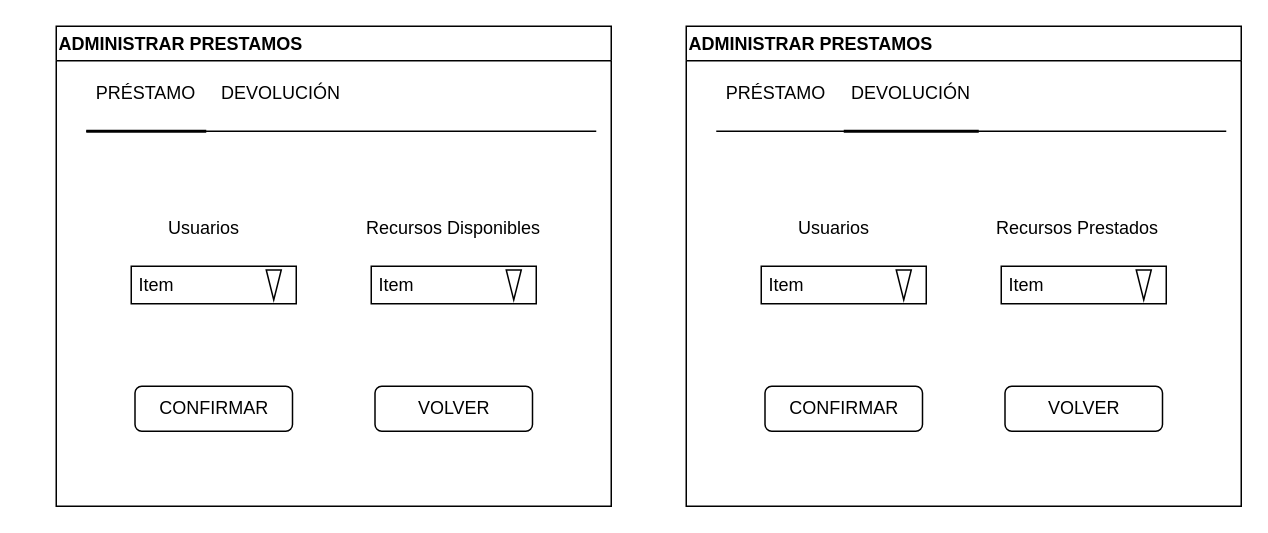
Above: page "Página-4" (4 of 4) of Interface Diagram.drawio in puyojulian/MiniProyecto3FPOE (draw.io), before the change. Source tidied: cells renumbered, new cells numbered last; positions are measured from the earlier drawing's top-left corner, leaving out a move shared by most shapes. Both pictures are drawn from the tidied source at 150%, with x=0, y=0 at pixel (26, 26).
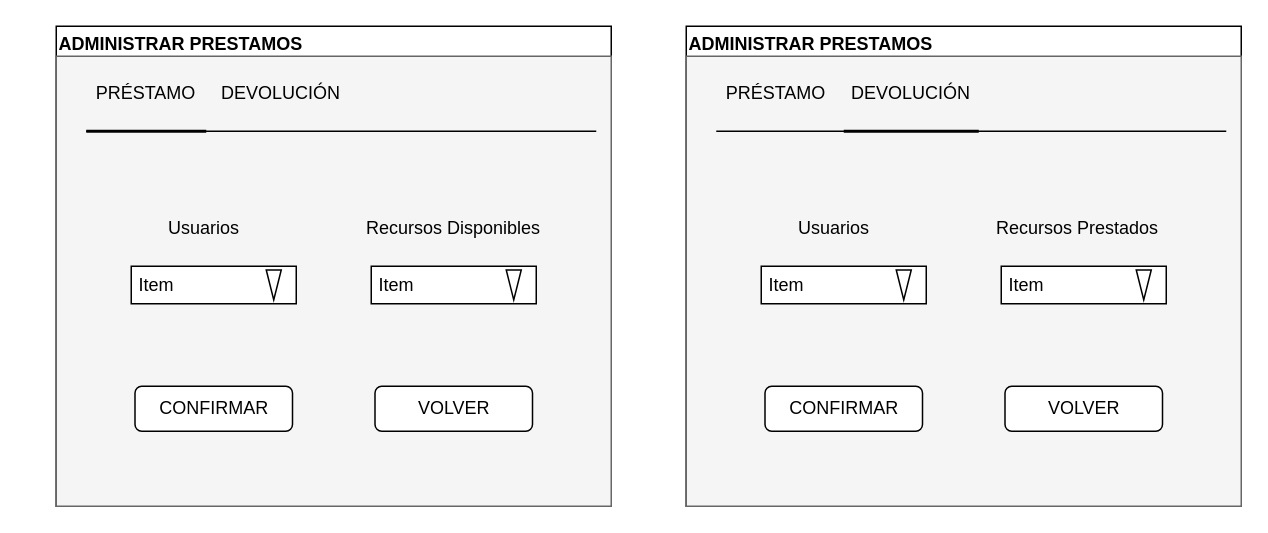
The same page after the edit.

Commit message:
Actualización Administrar Prestamos

The change refers to these unchanged cells:
```xml
<mxCell id="2" value="ADMINISTRAR PRESTAMOS" style="swimlane;whiteSpace=wrap;html=1;align=left;" parent="1" vertex="1">
  <mxGeometry x="440" width="370" height="320" as="geometry" />
</mxCell>
<mxCell id="15" value="ADMINISTRAR PRESTAMOS" style="swimlane;whiteSpace=wrap;html=1;align=left;" parent="1" vertex="1">
  <mxGeometry x="20" width="370" height="320" as="geometry" />
</mxCell>
```

Change to the diagram source:
```diff
@@
+    <mxCell id="28" style="rounded=0;whiteSpace=wrap;html=1;fillColor=#f5f5f5;fontColor=#333333;strokeColor=#666666;" parent="2" vertex="1">
+      <mxGeometry y="20" width="370" height="300" as="geometry" />
+    </mxCell>
@@
+    <mxCell id="29" style="rounded=0;whiteSpace=wrap;html=1;fillColor=#f5f5f5;fontColor=#333333;strokeColor=#666666;" parent="15" vertex="1">
+      <mxGeometry y="20" width="370" height="300" as="geometry" />
+    </mxCell>
```
